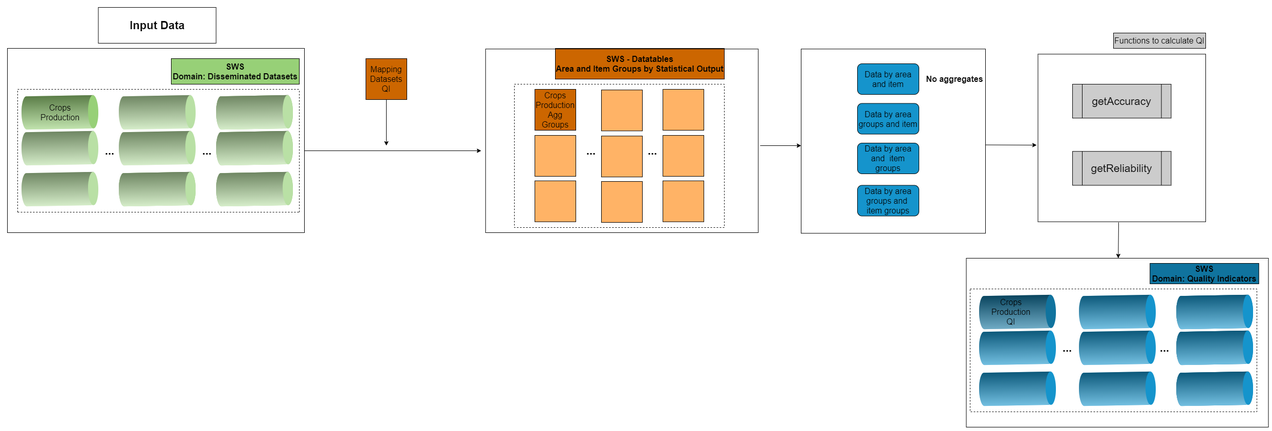
This is images/workflow_plugin_qi.png from SWS-Methodology/faoswsQualityIndicators, a draw.io export, as it was before one commit. Source tidied: cells renumbered, new cells last; positions are measured from the earlier drawing's top-left corner, leaving out a move shared by most shapes.
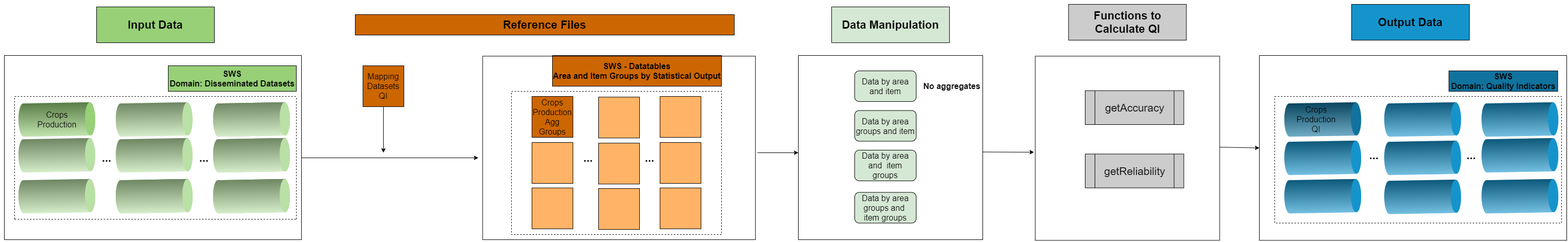
Above is the later version.

Change to the diagram source:
```diff
@@ -103,8 +103,8 @@
     <mxCell id="27" style="rounded=0;whiteSpace=wrap;html=1;dashed=1;fillColor=none;" parent="1" vertex="1">
       <mxGeometry x="990" y="190" width="410" height="280" as="geometry" />
     </mxCell>
-    <mxCell id="28" value="&lt;b&gt;&lt;font style=&quot;font-size: 22px&quot;&gt;Input Data&lt;/font&gt;&lt;/b&gt;" style="rounded=0;whiteSpace=wrap;html=1;fillColor=none;" parent="1" vertex="1">
-      <mxGeometry x="177.5" y="40" width="230" height="70" as="geometry" />
+    <mxCell id="28" value="&lt;b&gt;&lt;font style=&quot;font-size: 22px&quot;&gt;Input Data&lt;/font&gt;&lt;/b&gt;" style="rounded=0;whiteSpace=wrap;html=1;fillColor=#97D077;" parent="1" vertex="1">
+      <mxGeometry x="180" y="25" width="230" height="70" as="geometry" />
     </mxCell>
     <mxCell id="29" value="&lt;font style=&quot;font-size: 16px&quot;&gt;Crops Production Agg Groups&lt;/font&gt;" style="whiteSpace=wrap;html=1;fillColor=#CC6600;" parent="1" vertex="1">
       <mxGeometry x="1030" y="200" width="80" height="80" as="geometry" />
@@ -139,23 +139,23 @@
         <mxPoint x="740" y="310" as="targetPoint" />
       </mxGeometry>
     </mxCell>
-    <mxCell id="39" value="&lt;font style=&quot;font-size: 16px&quot;&gt;Data by area and item&lt;/font&gt;" style="rounded=1;whiteSpace=wrap;html=1;strokeColor=#000000;strokeWidth=1;fillColor=#1594CC;" parent="1" vertex="1">
+    <mxCell id="39" value="&lt;font style=&quot;font-size: 16px&quot;&gt;Data by area and item&lt;/font&gt;" style="rounded=1;whiteSpace=wrap;html=1;strokeColor=#000000;strokeWidth=1;fillColor=#D5E8D4;" parent="1" vertex="1">
       <mxGeometry x="1660" y="150" width="120" height="60" as="geometry" />
     </mxCell>
-    <mxCell id="40" value="&lt;font style=&quot;font-size: 16px&quot;&gt;Data by area groups and item&lt;/font&gt;" style="rounded=1;whiteSpace=wrap;html=1;strokeColor=#000000;strokeWidth=1;fillColor=#1594CC;" parent="1" vertex="1">
+    <mxCell id="40" value="&lt;font style=&quot;font-size: 16px&quot;&gt;Data by area groups and item&lt;/font&gt;" style="rounded=1;whiteSpace=wrap;html=1;strokeColor=#000000;strokeWidth=1;fillColor=#D5E8D4;" parent="1" vertex="1">
       <mxGeometry x="1660" y="227.5" width="120" height="60" as="geometry" />
     </mxCell>
-    <mxCell id="41" value="&lt;font style=&quot;font-size: 16px&quot;&gt;Data by area and&amp;nbsp; item groups&lt;/font&gt;" style="rounded=1;whiteSpace=wrap;html=1;strokeColor=#000000;strokeWidth=1;fillColor=#1594CC;" parent="1" vertex="1">
+    <mxCell id="41" value="&lt;font style=&quot;font-size: 16px&quot;&gt;Data by area and&amp;nbsp; item groups&lt;/font&gt;" style="rounded=1;whiteSpace=wrap;html=1;strokeColor=#000000;strokeWidth=1;fillColor=#D5E8D4;" parent="1" vertex="1">
       <mxGeometry x="1660" y="305" width="120" height="60" as="geometry" />
     </mxCell>
-    <mxCell id="42" value="&lt;font style=&quot;font-size: 16px&quot;&gt;Data by area groups and&amp;nbsp; item groups&lt;/font&gt;" style="rounded=1;whiteSpace=wrap;html=1;strokeColor=#000000;strokeWidth=1;fillColor=#1594CC;" parent="1" vertex="1">
+    <mxCell id="42" value="&lt;font style=&quot;font-size: 16px&quot;&gt;Data by area groups and&amp;nbsp; item groups&lt;/font&gt;" style="rounded=1;whiteSpace=wrap;html=1;strokeColor=#000000;strokeWidth=1;fillColor=#D5E8D4;" parent="1" vertex="1">
       <mxGeometry x="1660" y="387.5" width="120" height="60" as="geometry" />
     </mxCell>
     <mxCell id="43" value="&lt;b&gt;No aggregates&lt;/b&gt;" style="text;html=1;strokeColor=none;fillColor=none;align=center;verticalAlign=middle;whiteSpace=wrap;rounded=0;fontSize=16;" parent="1" vertex="1">
       <mxGeometry x="1780" y="160" width="140" height="40" as="geometry" />
     </mxCell>
     <mxCell id="44" style="whiteSpace=wrap;html=1;strokeColor=#000000;strokeWidth=1;fillColor=none;" parent="1" vertex="1">
-      <mxGeometry x="1550" y="121.2" width="360" height="360" as="geometry" />
+      <mxGeometry x="1550" y="120" width="360" height="360" as="geometry" />
     </mxCell>
     <mxCell id="45" style="endArrow=classic;html=1;" parent="1" edge="1">
       <mxGeometry relative="1" as="geometry">
@@ -164,13 +164,13 @@
       </mxGeometry>
     </mxCell>
     <mxCell id="46" value="&lt;font style=&quot;font-size: 21px&quot;&gt;getAccuracy&lt;/font&gt;" style="shape=process;whiteSpace=wrap;html=1;backgroundOutline=1;strokeWidth=1;fillColor=#CCCCCC;" parent="1" vertex="1">
-      <mxGeometry x="2080" y="190" width="192.5" height="66.2" as="geometry" />
+      <mxGeometry x="2110" y="188.8" width="192.5" height="66.2" as="geometry" />
     </mxCell>
     <mxCell id="47" value="&lt;font style=&quot;font-size: 21px&quot;&gt;getReliability&lt;/font&gt;" style="shape=process;whiteSpace=wrap;html=1;backgroundOutline=1;strokeWidth=1;fillColor=#CCCCCC;" parent="1" vertex="1">
-      <mxGeometry x="2080" y="321.2" width="192.5" height="66.2" as="geometry" />
+      <mxGeometry x="2110" y="312.5" width="192.5" height="66.2" as="geometry" />
     </mxCell>
     <mxCell id="48" style="whiteSpace=wrap;html=1;strokeColor=#000000;strokeWidth=1;fillColor=none;" parent="1" vertex="1">
-      <mxGeometry x="2012.5" y="131.2" width="327.5" height="327.5" as="geometry" />
+      <mxGeometry x="2012.5" y="121.2" width="360" height="360" as="geometry" />
     </mxCell>
     <mxCell id="49" style="endArrow=classic;html=1;" parent="1" edge="1">
       <mxGeometry relative="1" as="geometry">
@@ -178,68 +178,45 @@
         <mxPoint x="2010" y="309" as="targetPoint" />
       </mxGeometry>
     </mxCell>
-    <mxCell id="50" value="&lt;font style=&quot;font-size: 16px&quot;&gt;Functions to calculate QI&lt;/font&gt;" style="rounded=0;whiteSpace=wrap;html=1;strokeColor=#000000;strokeWidth=1;fillColor=#CCCCCC;" parent="1" vertex="1">
-      <mxGeometry x="2160" y="90" width="180" height="30" as="geometry" />
-    </mxCell>
     <mxCell id="51" style="verticalLabelPosition=bottom;verticalAlign=top;html=1;shape=mxgraph.infographic.cylinder;strokeColor=none;rotation=89;fillColor=#1594CC;" parent="1" vertex="1">
-      <mxGeometry x="1940" y="630" width="65" height="150" as="geometry" />
+      <mxGeometry x="2541.2" y="245" width="65" height="150" as="geometry" />
     </mxCell>
     <mxCell id="52" style="verticalLabelPosition=bottom;verticalAlign=top;html=1;shape=mxgraph.infographic.cylinder;strokeColor=none;rotation=89;fillColor=#10739E;" parent="1" vertex="1">
-      <mxGeometry x="1940" y="560" width="65" height="150" as="geometry" />
+      <mxGeometry x="2541.2" y="170" width="65" height="150" as="geometry" />
     </mxCell>
     <mxCell id="53" style="verticalLabelPosition=bottom;verticalAlign=top;html=1;shape=mxgraph.infographic.cylinder;strokeColor=none;rotation=89;fillColor=#1594CC;" parent="1" vertex="1">
-      <mxGeometry x="2135" y="560" width="65" height="150" as="geometry" />
+      <mxGeometry x="2736.2" y="170" width="65" height="150" as="geometry" />
     </mxCell>
     <mxCell id="54" style="verticalLabelPosition=bottom;verticalAlign=top;html=1;shape=mxgraph.infographic.cylinder;strokeColor=none;rotation=89;fillColor=#1594CC;" parent="1" vertex="1">
-      <mxGeometry x="2135" y="630" width="65" height="150" as="geometry" />
+      <mxGeometry x="2736.2" y="245" width="65" height="150" as="geometry" />
     </mxCell>
-    <mxCell id="55" style="verticalLabelPosition=bottom;verticalAlign=top;html=1;shape=mxgraph.infographic.cylinder;strokeColor=none;rotation=89;fillColor=#1594CC;" parent="1" vertex="1">
-      <mxGeometry x="1940" y="710" width="65" height="150" as="geometry" />
-    </mxCell>
-    <mxCell id="56" style="verticalLabelPosition=bottom;verticalAlign=top;html=1;shape=mxgraph.infographic.cylinder;strokeColor=none;rotation=89;fillColor=#1594CC;" parent="1" vertex="1">
-      <mxGeometry x="2135" y="710" width="65" height="150" as="geometry" />
-    </mxCell>
-    <mxCell id="57" style="verticalLabelPosition=bottom;verticalAlign=top;html=1;shape=mxgraph.infographic.cylinder;strokeColor=none;rotation=89;fillColor=#10739E;" parent="1" vertex="1">
-      <mxGeometry x="2325" y="560" width="65" height="150" as="geometry" />
-    </mxCell>
-    <mxCell id="58" style="verticalLabelPosition=bottom;verticalAlign=top;html=1;shape=mxgraph.infographic.cylinder;strokeColor=none;rotation=89;fillColor=#10739E;" parent="1" vertex="1">
-      <mxGeometry x="2325" y="630" width="65" height="150" as="geometry" />
-    </mxCell>
-    <mxCell id="59" style="verticalLabelPosition=bottom;verticalAlign=top;html=1;shape=mxgraph.infographic.cylinder;strokeColor=none;rotation=89;fillColor=#10739E;" parent="1" vertex="1">
-      <mxGeometry x="2325" y="710" width="65" height="150" as="geometry" />
-    </mxCell>
     <mxCell id="60" value="&lt;font style=&quot;font-size: 16px&quot;&gt;Crops Production QI&lt;/font&gt;" style="text;html=1;strokeColor=none;fillColor=none;align=center;verticalAlign=middle;whiteSpace=wrap;rounded=0;" parent="1" vertex="1">
-      <mxGeometry x="1940" y="625" width="40" height="20" as="geometry" />
+      <mxGeometry x="2541.2" y="235" width="40" height="20" as="geometry" />
     </mxCell>
     <mxCell id="61" style="rounded=0;whiteSpace=wrap;html=1;dashed=1;fillColor=none;" parent="1" vertex="1">
-      <mxGeometry x="1880" y="590" width="560" height="240" as="geometry" />
+      <mxGeometry x="2480" y="200" width="560" height="247.5" as="geometry" />
     </mxCell>
     <mxCell id="62" value="&lt;font style=&quot;font-size: 22px&quot;&gt;&lt;b&gt;...&lt;/b&gt;&lt;/font&gt;" style="text;html=1;strokeColor=none;fillColor=none;align=center;verticalAlign=middle;whiteSpace=wrap;rounded=0;" parent="1" vertex="1">
-      <mxGeometry x="2050" y="695" width="40" height="20" as="geometry" />
+      <mxGeometry x="2653.8" y="305" width="40" height="20" as="geometry" />
     </mxCell>
     <mxCell id="63" value="&lt;font style=&quot;font-size: 22px&quot;&gt;&lt;b&gt;...&lt;/b&gt;&lt;/font&gt;" style="text;html=1;strokeColor=none;fillColor=none;align=center;verticalAlign=middle;whiteSpace=wrap;rounded=0;" parent="1" vertex="1">
-      <mxGeometry x="2240" y="695" width="40" height="20" as="geometry" />
+      <mxGeometry x="2843.8" y="305" width="40" height="20" as="geometry" />
     </mxCell>
     <mxCell id="64" value="&lt;b style=&quot;font-size: 16px&quot;&gt;SWS&lt;br&gt;Domain: Quality Indicators&lt;/b&gt;" style="text;html=1;strokeColor=#000000;align=center;verticalAlign=middle;whiteSpace=wrap;rounded=0;fillColor=#10739E;" parent="1" vertex="1">
-      <mxGeometry x="2231.2" y="540" width="212.5" height="40" as="geometry" />
+      <mxGeometry x="2820" y="150" width="212.5" height="40" as="geometry" />
     </mxCell>
     <mxCell id="65" style="verticalLabelPosition=bottom;verticalAlign=top;html=1;shape=mxgraph.infographic.cylinder;strokeColor=none;rotation=89;fillColor=#1594CC;" parent="1" vertex="1">
-      <mxGeometry x="2325" y="560" width="65" height="150" as="geometry" />
+      <mxGeometry x="2926.2" y="170" width="65" height="150" as="geometry" />
     </mxCell>
     <mxCell id="66" style="verticalLabelPosition=bottom;verticalAlign=top;html=1;shape=mxgraph.infographic.cylinder;strokeColor=none;rotation=89;fillColor=#1594CC;" parent="1" vertex="1">
-      <mxGeometry x="2325" y="630" width="65" height="150" as="geometry" />
+      <mxGeometry x="2926.2" y="240" width="65" height="150" as="geometry" />
     </mxCell>
     <mxCell id="67" style="verticalLabelPosition=bottom;verticalAlign=top;html=1;shape=mxgraph.infographic.cylinder;strokeColor=none;rotation=89;fillColor=#1594CC;" parent="1" vertex="1">
-      <mxGeometry x="2325" y="710" width="65" height="150" as="geometry" />
+      <mxGeometry x="2926.2" y="320" width="65" height="150" as="geometry" />
     </mxCell>
     <mxCell id="68" style="rounded=0;whiteSpace=wrap;html=1;fillColor=none;" parent="1" vertex="1">
-      <mxGeometry x="1872.5" y="530" width="590" height="330" as="geometry" />
+      <mxGeometry x="2450" y="120" width="600" height="361.2" as="geometry" />
     </mxCell>
-    <mxCell id="69" style="endArrow=classic;html=1;" parent="1" edge="1" target="68">
-      <mxGeometry relative="1" as="geometry">
-        <mxPoint x="2170" y="460" as="sourcePoint" />
-      </mxGeometry>
-    </mxCell>
     <mxCell id="70" style="rounded=0;whiteSpace=wrap;html=1;fillColor=none;" parent="1" vertex="1">
       <mxGeometry y="120" width="580" height="360" as="geometry" />
     </mxCell>
@@ -272,5 +249,28 @@
         <mxPoint x="580" y="320" as="sourcePoint" />
       </mxGeometry>
     </mxCell>
+    <mxCell id="80" style="verticalLabelPosition=bottom;verticalAlign=top;html=1;shape=mxgraph.infographic.cylinder;strokeColor=none;rotation=89;fillColor=#1594CC;" parent="1" vertex="1">
+      <mxGeometry x="2541.2" y="320" width="65" height="150" as="geometry" />
+    </mxCell>
+    <mxCell id="81" style="verticalLabelPosition=bottom;verticalAlign=top;html=1;shape=mxgraph.infographic.cylinder;strokeColor=none;rotation=89;fillColor=#1594CC;" parent="1" vertex="1">
+      <mxGeometry x="2736.2" y="321.2" width="65" height="150" as="geometry" />
+    </mxCell>
+    <mxCell id="82" value="&lt;b&gt;&lt;font style=&quot;font-size: 22px&quot;&gt;Reference Files&lt;/font&gt;&lt;/b&gt;" style="rounded=0;whiteSpace=wrap;html=1;fillColor=#CC6600;" parent="1" vertex="1">
+      <mxGeometry x="685" y="40" width="740" height="40" as="geometry" />
+    </mxCell>
+    <mxCell id="83" value="&lt;b&gt;&lt;font style=&quot;font-size: 22px&quot;&gt;Data Manipulation&lt;/font&gt;&lt;/b&gt;" style="rounded=0;whiteSpace=wrap;html=1;fillColor=#D5E8D4;" parent="1" vertex="1">
+      <mxGeometry x="1615" y="25" width="230" height="70" as="geometry" />
+    </mxCell>
+    <mxCell id="84" value="&lt;b&gt;&lt;font style=&quot;font-size: 22px&quot;&gt;Functions to Calculate QI&lt;/font&gt;&lt;/b&gt;" style="rounded=0;whiteSpace=wrap;html=1;fillColor=#CCCCCC;" parent="1" vertex="1">
+      <mxGeometry x="2077.5" y="20" width="230" height="70" as="geometry" />
+    </mxCell>
+    <mxCell id="85" value="&lt;span style=&quot;font-size: 22px&quot;&gt;&lt;b&gt;Output Data&lt;/b&gt;&lt;/span&gt;" style="rounded=0;whiteSpace=wrap;html=1;fillColor=#1594CC;" parent="1" vertex="1">
+      <mxGeometry x="2630" y="20" width="230" height="70" as="geometry" />
+    </mxCell>
+    <mxCell id="86" style="endArrow=classic;html=1;fontSize=16;entryX=0;entryY=0.5;entryDx=0;entryDy=0;" parent="1" edge="1" target="68">
+      <mxGeometry relative="1" as="geometry">
+        <mxPoint x="2372.5" y="299.2" as="sourcePoint" />
+      </mxGeometry>
+    </mxCell>
   </root>
 </mxGraphModel>
```
